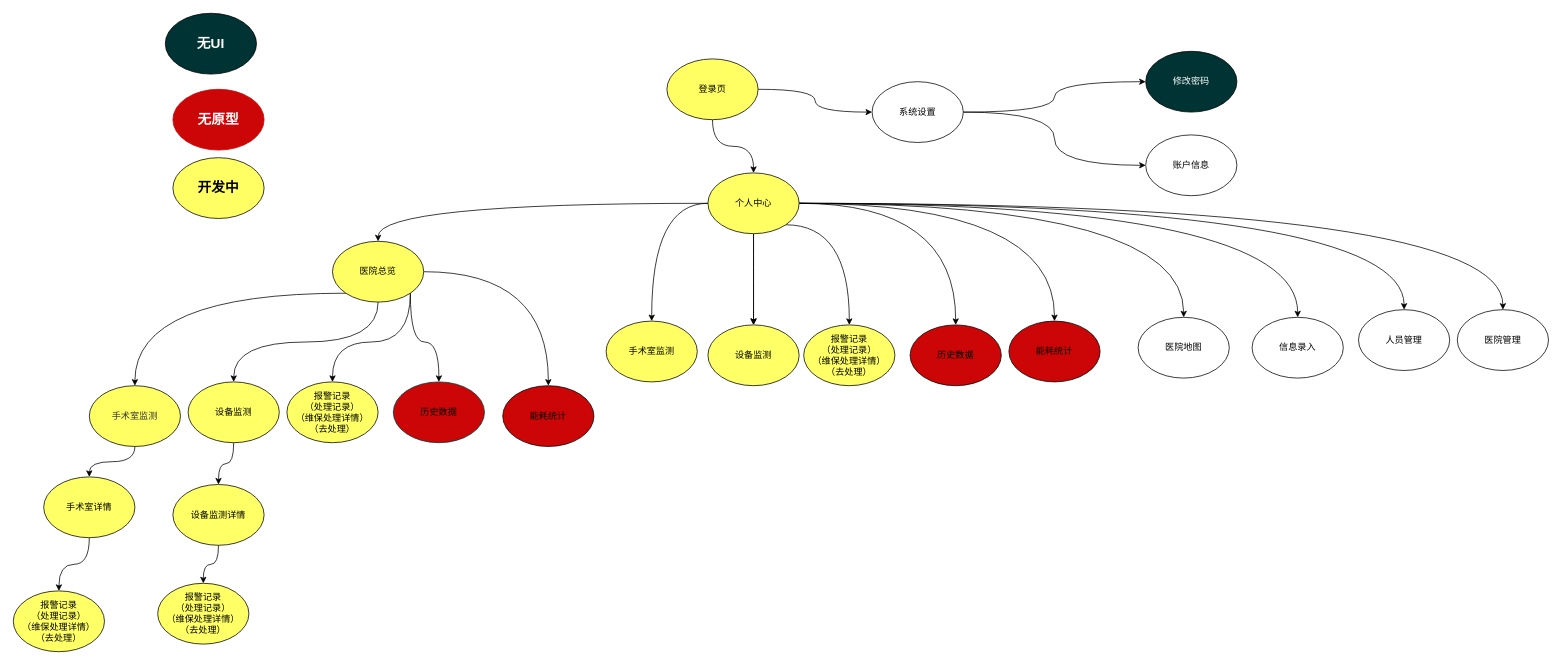
The draw.io diagram 未命名绘图.drawio in linround/2022, before the edit. Source tidied: cells renumbered, new cells numbered last; positions are measured from the earlier drawing's top-left corner, leaving out a move shared by most shapes. Both pictures are drawn from the tidied source at 76%, with x=0, y=0 at pixel (13, 13).
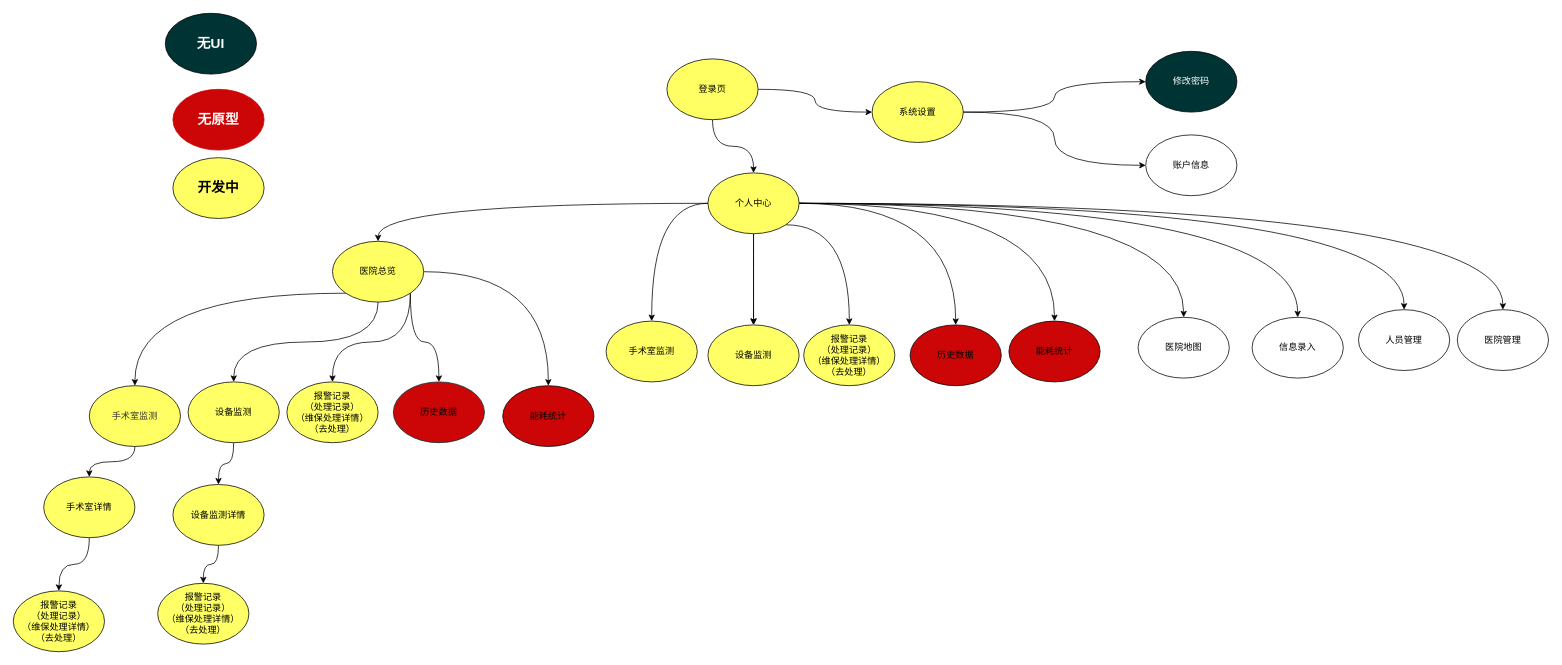
Above is the later version.

Commit message:
更新未命名绘图.drawio

What changed in the source:
```diff
@@
-    <mxCell id="47" value="系统设置" style="ellipse;whiteSpace=wrap;html=1;" parent="1" vertex="1">
+    <mxCell id="47" value="系统设置" style="ellipse;whiteSpace=wrap;html=1;fillColor=#FFFF66;" parent="1" vertex="1">
       <mxGeometry x="1130" y="90" width="120" height="80" as="geometry" />
     </mxCell>
```
